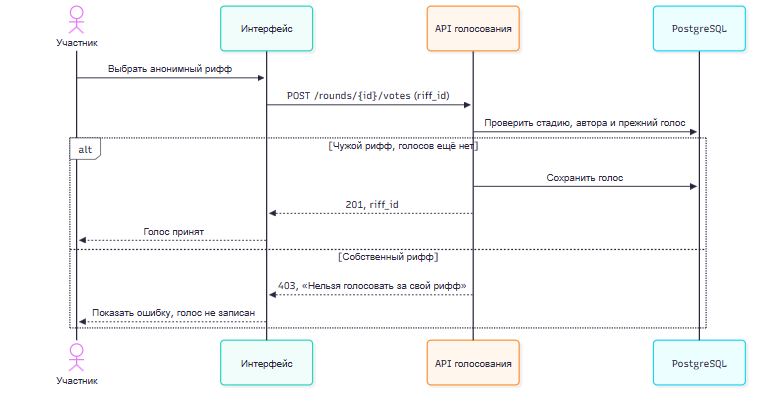
Above: docs/diagrams/lab-2-sequence-vote.png in guitar-riff-pe/pe (Mermaid), before the change. Its source is kept beside it as docs/diagrams/lab-2-sequence-vote.mmd. The source it was exported from:
```mermaid
sequenceDiagram
    actor P as Участник
    participant UI as Интерфейс
    participant API as API голосования
    participant DB as PostgreSQL
    P->>UI: Выбрать анонимный рифф
    UI->>API: POST /rounds/{id}/votes (riff_id)
    API->>DB: Проверить стадию, автора и прежний голос
    alt Чужой рифф, голосов ещё нет
      API->>DB: Сохранить голос
      API-->>UI: 201, riff_id
      UI-->>P: Голос принят
    else Собственный рифф
      API-->>UI: 403, «Нельзя голосовать за свой рифф»
      UI-->>P: Показать ошибку, голос не записан
    end
```
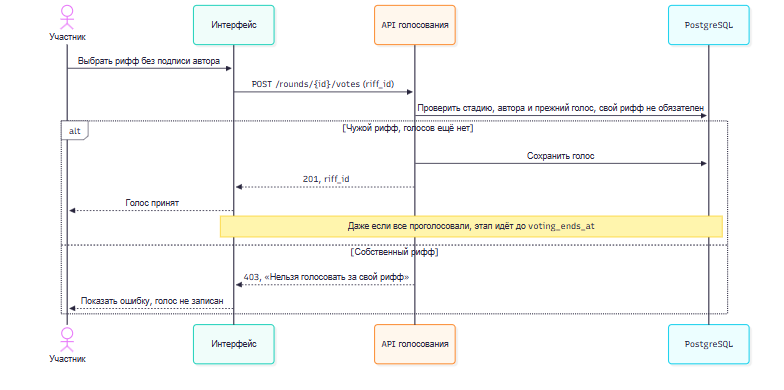
The same diagram one commit later.

What changed in the source:
```diff
@@ -3,13 +3,14 @@
     participant UI as Интерфейс
     participant API as API голосования
     participant DB as PostgreSQL
-    P->>UI: Выбрать анонимный рифф
+    P->>UI: Выбрать рифф без подписи автора
     UI->>API: POST /rounds/{id}/votes (riff_id)
-    API->>DB: Проверить стадию, автора и прежний голос
+    API->>DB: Проверить стадию, автора и прежний голос, свой рифф не обязателен
     alt Чужой рифф, голосов ещё нет
       API->>DB: Сохранить голос
       API-->>UI: 201, riff_id
       UI-->>P: Голос принят
+      Note over UI,DB: Даже если все проголосовали, этап идёт до voting_ends_at
     else Собственный рифф
       API-->>UI: 403, «Нельзя голосовать за свой рифф»
       UI-->>P: Показать ошибку, голос не записан
```
